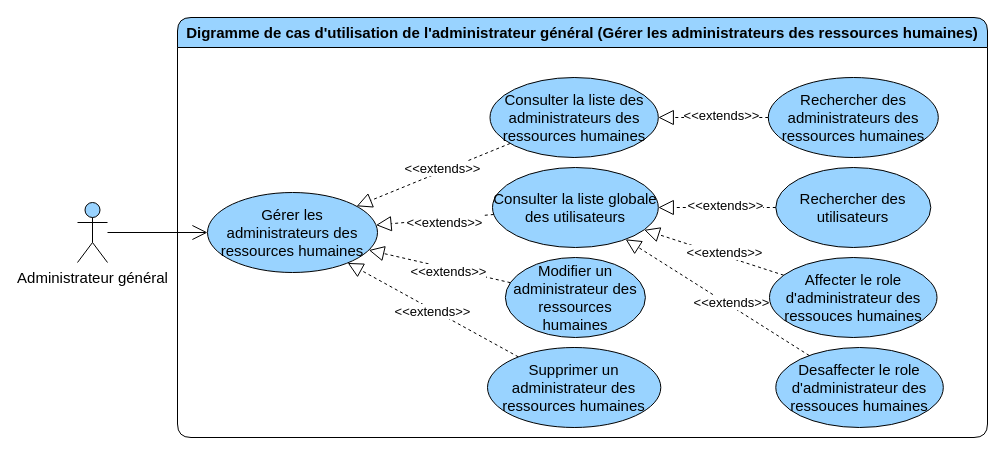
Earlier version of the draw.io diagram page "gerer les administrateurs des ressources humaines" (6 of 8) of diagrams/use-case/administrateur-general.drawio (devlotfi/peage-pay). Source tidied: cells renumbered, new cells numbered last; positions are measured from the earlier drawing's top-left corner, leaving out a move shared by most shapes. Both pictures are drawn from the tidied source at 100%, with x=0, y=0 at pixel (77, 17).
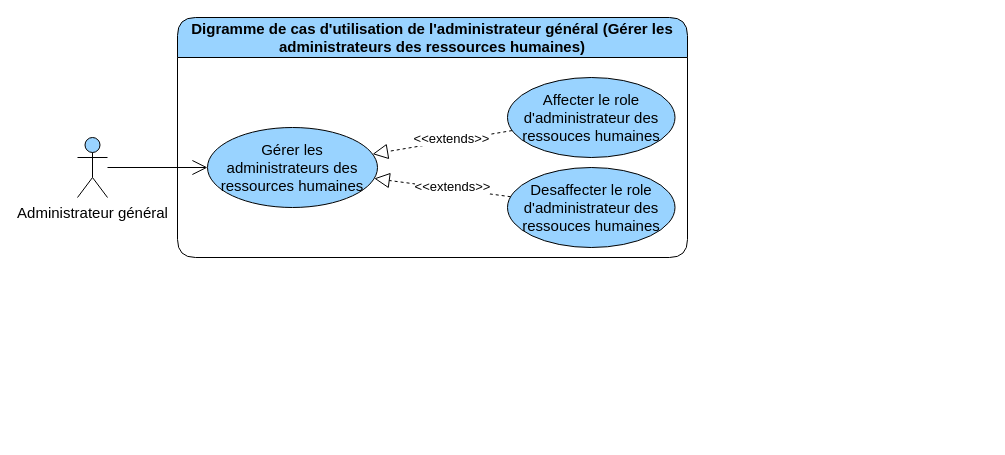
After the change.

Diff of the diagram source:
```diff
@@
-    <mxCell id="2" value="Digramme de cas d'utilisation de l'administrateur général (Gérer les administrateurs des ressources humaines)" style="swimlane;whiteSpace=wrap;html=1;rounded=1;fillColor=#99D3FF;fontSize=15;startSize=30;" parent="1" vertex="1">
-      <mxGeometry x="100" width="810" height="420" as="geometry" />
+    <mxCell id="2" value="Digramme de cas d'utilisation de l'administrateur général (Gérer les administrateurs des ressources humaines)" style="swimlane;whiteSpace=wrap;html=1;rounded=1;fillColor=#99D3FF;fontSize=15;startSize=40;" parent="1" vertex="1">
+      <mxGeometry x="100" width="510" height="240" as="geometry" />
     </mxCell>
-    <mxCell id="3" value="Gérer les administrateurs des ressources humaines" style="ellipse;whiteSpace=wrap;html=1;strokeColor=default;align=center;verticalAlign=middle;fontFamily=Helvetica;fontSize=15;fontColor=default;fillColor=#99D3FF;" parent="2" vertex="1">
-      <mxGeometry x="30" y="175" width="170" height="80" as="geometry" />
-    </mxCell>
-    <mxCell id="4" style="edgeStyle=none;rounded=0;jettySize=auto;html=1;dashed=1;strokeColor=default;align=center;verticalAlign=middle;fontFamily=Helvetica;fontSize=15;fontColor=default;labelBackgroundColor=default;startSize=6;endArrow=block;endFill=0;endSize=13;" parent="2" edge="1" source="6" target="3">
-      <mxGeometry relative="1" as="geometry" />
-    </mxCell>
-    <mxCell id="5" value="&amp;lt;&amp;lt;extends&amp;gt;&amp;gt;" style="edgeLabel;html=1;align=center;verticalAlign=middle;strokeColor=default;fontFamily=Helvetica;fontSize=13;fontColor=default;labelBackgroundColor=default;fillColor=#99D3FF;" parent="4" vertex="1">
-      <mxGeometry x="-0.16" y="3" relative="1" as="geometry" />
-    </mxCell>
-    <mxCell id="6" value="Consulter la liste globale des utilisateurs" style="ellipse;whiteSpace=wrap;html=1;strokeColor=default;align=center;verticalAlign=middle;fontFamily=Helvetica;fontSize=15;fontColor=default;fillColor=#99D3FF;" parent="2" vertex="1">
-      <mxGeometry x="315" y="150" width="165.8" height="80" as="geometry" />
-    </mxCell>
-    <mxCell id="7" style="edgeStyle=none;rounded=0;jettySize=auto;html=1;dashed=1;strokeColor=default;align=center;verticalAlign=middle;fontFamily=Helvetica;fontSize=15;fontColor=default;labelBackgroundColor=default;startSize=6;endArrow=block;endFill=0;endSize=13;" parent="2" edge="1" source="9" target="3">
-      <mxGeometry relative="1" as="geometry" />
-    </mxCell>
-    <mxCell id="8" value="&amp;lt;&amp;lt;extends&amp;gt;&amp;gt;" style="edgeLabel;html=1;align=center;verticalAlign=middle;strokeColor=default;fontFamily=Helvetica;fontSize=13;fontColor=default;labelBackgroundColor=default;fillColor=#99D3FF;" parent="7" vertex="1">
-      <mxGeometry x="-0.13" y="3" relative="1" as="geometry" />
-    </mxCell>
-    <mxCell id="9" value="Modifier un administrateur des ressources humaines" style="ellipse;whiteSpace=wrap;html=1;strokeColor=default;align=center;verticalAlign=middle;fontFamily=Helvetica;fontSize=15;fontColor=default;fillColor=#99D3FF;" parent="2" vertex="1">
-      <mxGeometry x="327.9" y="240" width="140" height="80" as="geometry" />
-    </mxCell>
-    <mxCell id="10" style="edgeStyle=none;rounded=0;jettySize=auto;html=1;dashed=1;strokeColor=default;align=center;verticalAlign=middle;fontFamily=Helvetica;fontSize=15;fontColor=default;labelBackgroundColor=default;startSize=6;endArrow=block;endFill=0;endSize=13;" parent="2" edge="1" source="12" target="3">
-      <mxGeometry relative="1" as="geometry" />
-    </mxCell>
-    <mxCell id="11" value="&amp;lt;&amp;lt;extends&amp;gt;&amp;gt;" style="edgeLabel;html=1;align=center;verticalAlign=middle;strokeColor=default;fontFamily=Helvetica;fontSize=13;fontColor=default;labelBackgroundColor=default;fillColor=#99D3FF;" parent="10" vertex="1">
-      <mxGeometry x="0.01" y="1" relative="1" as="geometry" />
-    </mxCell>
-    <mxCell id="12" value="Supprimer un administrateur des ressources humaines" style="ellipse;whiteSpace=wrap;html=1;strokeColor=default;align=center;verticalAlign=middle;fontFamily=Helvetica;fontSize=15;fontColor=default;fillColor=#99D3FF;" parent="2" vertex="1">
-      <mxGeometry x="310" y="330" width="173.3" height="80" as="geometry" />
-    </mxCell>
-    <mxCell id="13" style="edgeStyle=none;rounded=0;jettySize=auto;html=1;dashed=1;strokeColor=default;align=center;verticalAlign=middle;fontFamily=Helvetica;fontSize=15;fontColor=default;labelBackgroundColor=default;startSize=6;endArrow=block;endFill=0;endSize=13;" parent="2" edge="1" source="15" target="3">
-      <mxGeometry relative="1" as="geometry" />
-    </mxCell>
-    <mxCell id="14" value="&amp;lt;&amp;lt;extends&amp;gt;&amp;gt;" style="edgeLabel;html=1;align=center;verticalAlign=middle;strokeColor=default;fontFamily=Helvetica;fontSize=13;fontColor=default;labelBackgroundColor=default;fillColor=#99D3FF;" parent="13" vertex="1">
-      <mxGeometry x="-0.12" y="-3" relative="1" as="geometry">
-        <mxPoint x="1" as="offset" />
-      </mxGeometry>
-    </mxCell>
-    <mxCell id="15" value="Consulter la liste des administrateurs des ressources humaines" style="ellipse;whiteSpace=wrap;html=1;strokeColor=default;align=center;verticalAlign=middle;fontFamily=Helvetica;fontSize=15;fontColor=default;fillColor=#99D3FF;" parent="2" vertex="1">
-      <mxGeometry x="312.5" y="60" width="168.3" height="80" as="geometry" />
-    </mxCell>
-    <mxCell id="16" value="Rechercher des administrateurs des ressources humaines" style="ellipse;whiteSpace=wrap;html=1;strokeColor=default;align=center;verticalAlign=middle;fontFamily=Helvetica;fontSize=15;fontColor=default;fillColor=#99D3FF;" parent="2" vertex="1">
-      <mxGeometry x="590.8" y="60" width="170" height="80" as="geometry" />
-    </mxCell>
-    <mxCell id="17" style="edgeStyle=none;rounded=0;jettySize=auto;html=1;dashed=1;strokeColor=default;align=center;verticalAlign=middle;fontFamily=Helvetica;fontSize=15;fontColor=default;labelBackgroundColor=default;startSize=6;endArrow=block;endFill=0;endSize=13;" parent="2" edge="1" source="16" target="15">
-      <mxGeometry relative="1" as="geometry" />
-    </mxCell>
-    <mxCell id="18" value="&amp;lt;&amp;lt;extends&amp;gt;&amp;gt;" style="edgeLabel;html=1;align=center;verticalAlign=middle;strokeColor=default;fontFamily=Helvetica;fontSize=13;fontColor=default;labelBackgroundColor=default;fillColor=#99D3FF;" parent="17" vertex="1">
-      <mxGeometry x="-0.12" y="-3" relative="1" as="geometry">
-        <mxPoint x="1" as="offset" />
-      </mxGeometry>
-    </mxCell>
-    <mxCell id="19" value="Rechercher des utilisateurs" style="ellipse;whiteSpace=wrap;html=1;strokeColor=default;align=center;verticalAlign=middle;fontFamily=Helvetica;fontSize=15;fontColor=default;fillColor=#99D3FF;" parent="2" vertex="1">
-      <mxGeometry x="598.3" y="150" width="155" height="80" as="geometry" />
-    </mxCell>
-    <mxCell id="20" style="edgeStyle=none;rounded=0;jettySize=auto;html=1;dashed=1;strokeColor=default;align=center;verticalAlign=middle;fontFamily=Helvetica;fontSize=15;fontColor=default;labelBackgroundColor=default;startSize=6;endArrow=block;endFill=0;endSize=13;" parent="2" edge="1" source="19" target="6">
-      <mxGeometry relative="1" as="geometry" />
-    </mxCell>
-    <mxCell id="21" value="&amp;lt;&amp;lt;extends&amp;gt;&amp;gt;" style="edgeLabel;html=1;align=center;verticalAlign=middle;strokeColor=default;fontFamily=Helvetica;fontSize=13;fontColor=default;labelBackgroundColor=default;fillColor=#99D3FF;" parent="20" vertex="1">
-      <mxGeometry x="-0.12" y="-3" relative="1" as="geometry">
-        <mxPoint x="1" as="offset" />
-      </mxGeometry>
-    </mxCell>
-    <mxCell id="22" value="Affecter le role d'administrateur des ressouces humaines" style="ellipse;whiteSpace=wrap;html=1;strokeColor=default;align=center;verticalAlign=middle;fontFamily=Helvetica;fontSize=15;fontColor=default;fillColor=#99D3FF;" parent="2" vertex="1">
-      <mxGeometry x="592" y="240" width="167.5" height="80" as="geometry" />
-    </mxCell>
-    <mxCell id="23" style="edgeStyle=none;rounded=0;jettySize=auto;html=1;dashed=1;strokeColor=default;align=center;verticalAlign=middle;fontFamily=Helvetica;fontSize=15;fontColor=default;labelBackgroundColor=default;startSize=6;endArrow=block;endFill=0;endSize=13;" parent="2" edge="1" source="22" target="6">
+    <mxCell id="23" style="edgeStyle=none;rounded=0;jettySize=auto;html=1;dashed=1;strokeColor=default;align=center;verticalAlign=middle;fontFamily=Helvetica;fontSize=15;fontColor=default;labelBackgroundColor=default;startSize=6;endArrow=block;endFill=0;endSize=13;" parent="2" edge="1" source="22" target="3">
       <mxGeometry relative="1" as="geometry" />
     </mxCell>
@@
-    <mxCell id="25" value="Desaffecter le role d'administrateur des ressouces humaines" style="ellipse;whiteSpace=wrap;html=1;strokeColor=default;align=center;verticalAlign=middle;fontFamily=Helvetica;fontSize=15;fontColor=default;fillColor=#99D3FF;" parent="2" vertex="1">
-      <mxGeometry x="598.3" y="330" width="167.5" height="80" as="geometry" />
-    </mxCell>
-    <mxCell id="26" style="edgeStyle=none;rounded=0;jettySize=auto;html=1;dashed=1;strokeColor=default;align=center;verticalAlign=middle;fontFamily=Helvetica;fontSize=15;fontColor=default;labelBackgroundColor=default;startSize=6;endArrow=block;endFill=0;endSize=13;" parent="2" edge="1" source="25" target="6">
+    <mxCell id="26" style="edgeStyle=none;rounded=0;jettySize=auto;html=1;dashed=1;strokeColor=default;align=center;verticalAlign=middle;fontFamily=Helvetica;fontSize=15;fontColor=default;labelBackgroundColor=default;startSize=6;endArrow=block;endFill=0;endSize=13;" parent="2" edge="1" source="25" target="3">
       <mxGeometry relative="1" as="geometry" />
     </mxCell>
@@
+    <mxCell id="25" value="Desaffecter le role d'administrateur des ressouces humaines" style="ellipse;whiteSpace=wrap;html=1;strokeColor=default;align=center;verticalAlign=middle;fontFamily=Helvetica;fontSize=15;fontColor=default;fillColor=#99D3FF;" parent="2" vertex="1">
+      <mxGeometry x="330" y="150" width="167.5" height="80" as="geometry" />
+    </mxCell>
+    <mxCell id="3" value="Gérer les administrateurs des ressources humaines" style="ellipse;whiteSpace=wrap;html=1;strokeColor=default;align=center;verticalAlign=middle;fontFamily=Helvetica;fontSize=15;fontColor=default;fillColor=#99D3FF;" parent="2" vertex="1">
+      <mxGeometry x="30" y="110" width="170" height="80" as="geometry" />
+    </mxCell>
+    <mxCell id="22" value="Affecter le role d'administrateur des ressouces humaines" style="ellipse;whiteSpace=wrap;html=1;strokeColor=default;align=center;verticalAlign=middle;fontFamily=Helvetica;fontSize=15;fontColor=default;fillColor=#99D3FF;" parent="2" vertex="1">
+      <mxGeometry x="330" y="60" width="167.5" height="80" as="geometry" />
+    </mxCell>
+    <mxCell id="29" value="Administrateur général" style="shape=umlActor;verticalLabelPosition=bottom;verticalAlign=top;html=1;outlineConnect=0;strokeColor=default;align=center;fontFamily=Helvetica;fontSize=15;fontColor=default;fillColor=#99D3FF;" parent="2" vertex="1">
+      <mxGeometry x="-100" y="120" width="30" height="60" as="geometry" />
+    </mxCell>
-    <mxCell id="28" style="rounded=0;jettySize=auto;html=1;fontFamily=Helvetica;fontSize=15;fontColor=default;endArrow=open;endFill=0;startSize=6;endSize=13;" parent="1" edge="1" source="29" target="3">
+    <mxCell id="28" style="rounded=0;jettySize=auto;html=1;fontFamily=Helvetica;fontSize=15;fontColor=default;endArrow=open;endFill=0;startSize=6;endSize=13;" parent="2" edge="1" source="29" target="3">
       <mxGeometry relative="1" as="geometry" />
     </mxCell>
-    <mxCell id="29" value="Administrateur général" style="shape=umlActor;verticalLabelPosition=bottom;verticalAlign=top;html=1;outlineConnect=0;strokeColor=default;align=center;fontFamily=Helvetica;fontSize=15;fontColor=default;fillColor=#99D3FF;" parent="1" vertex="1">
-      <mxGeometry y="185" width="30" height="60" as="geometry" />
-    </mxCell>
```
